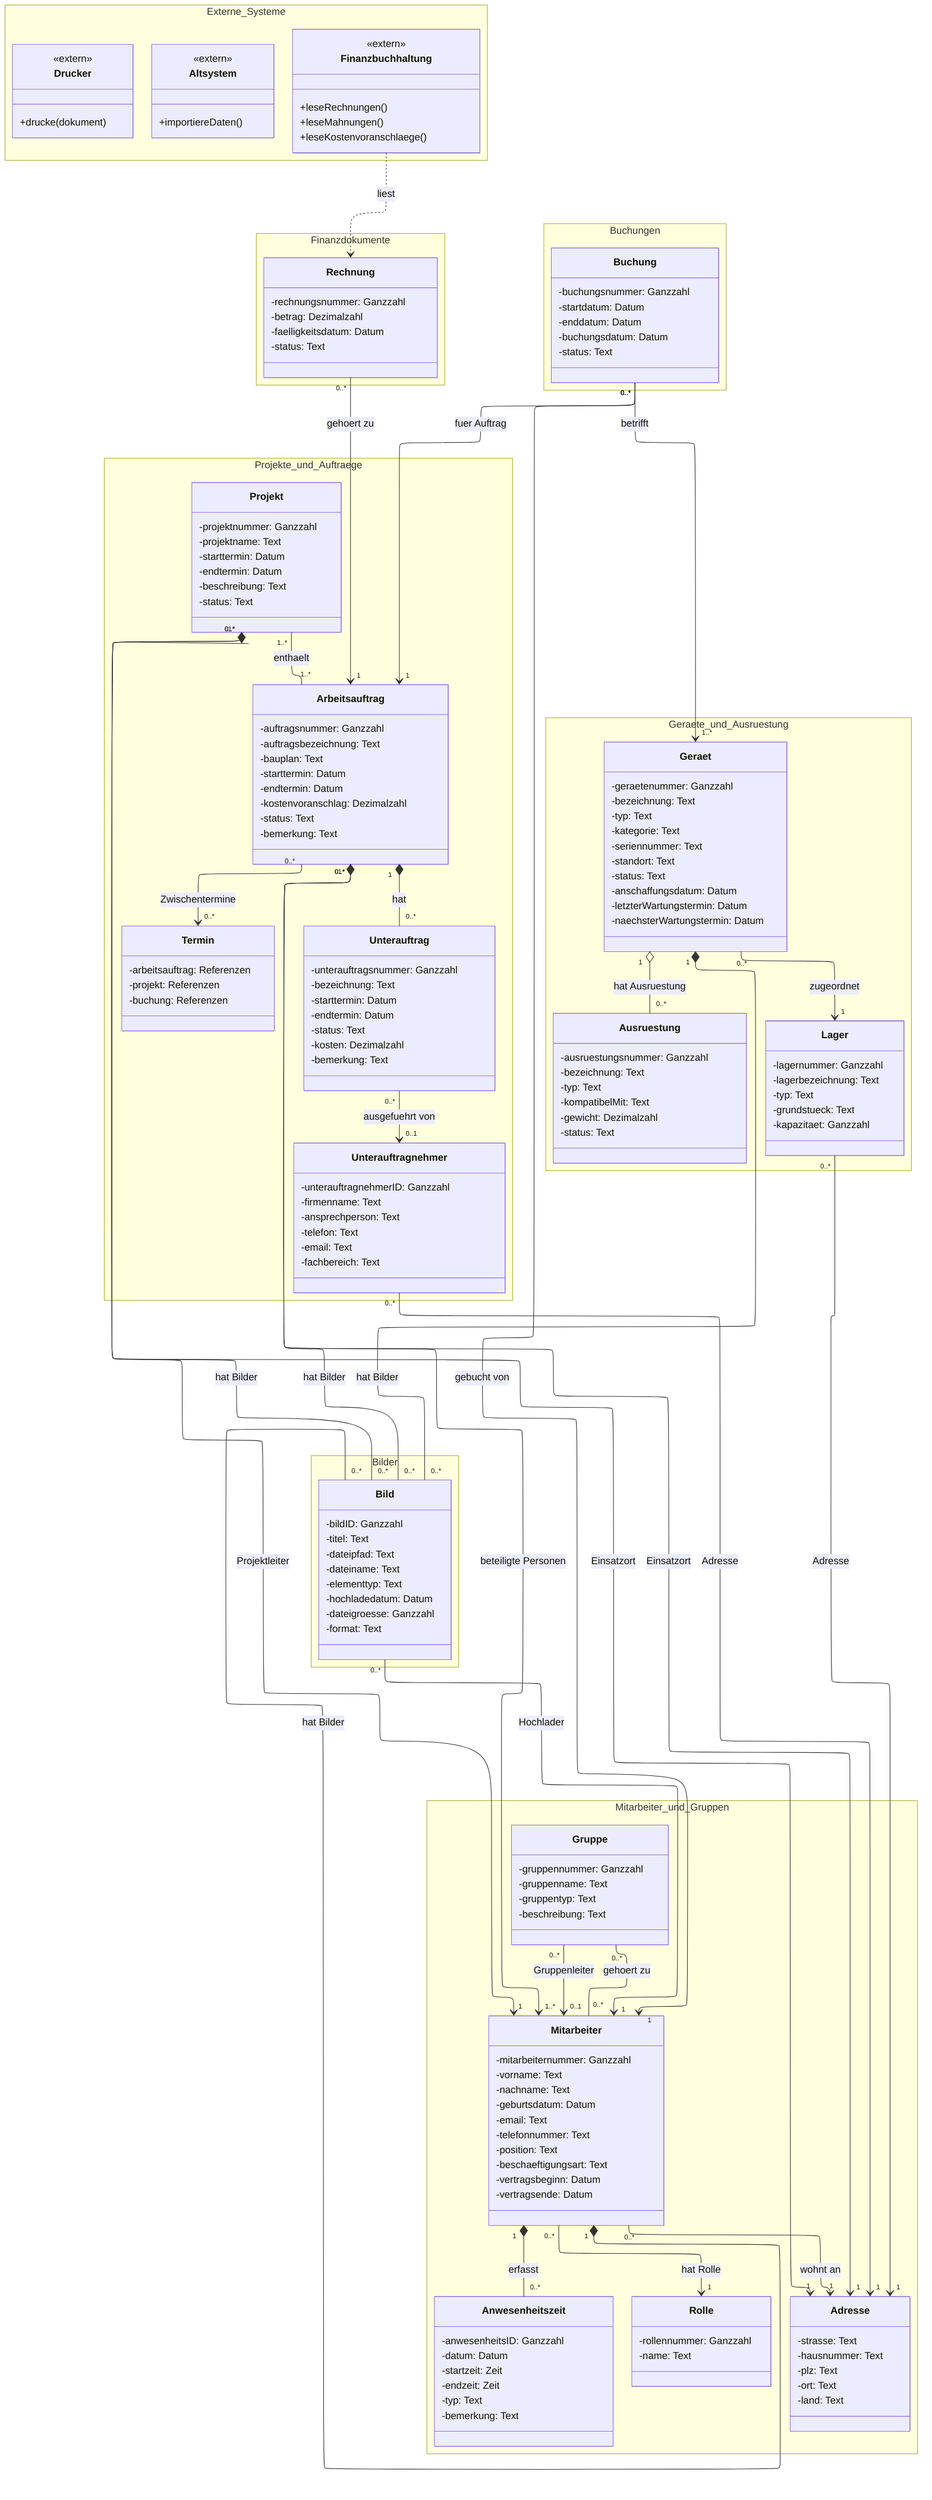
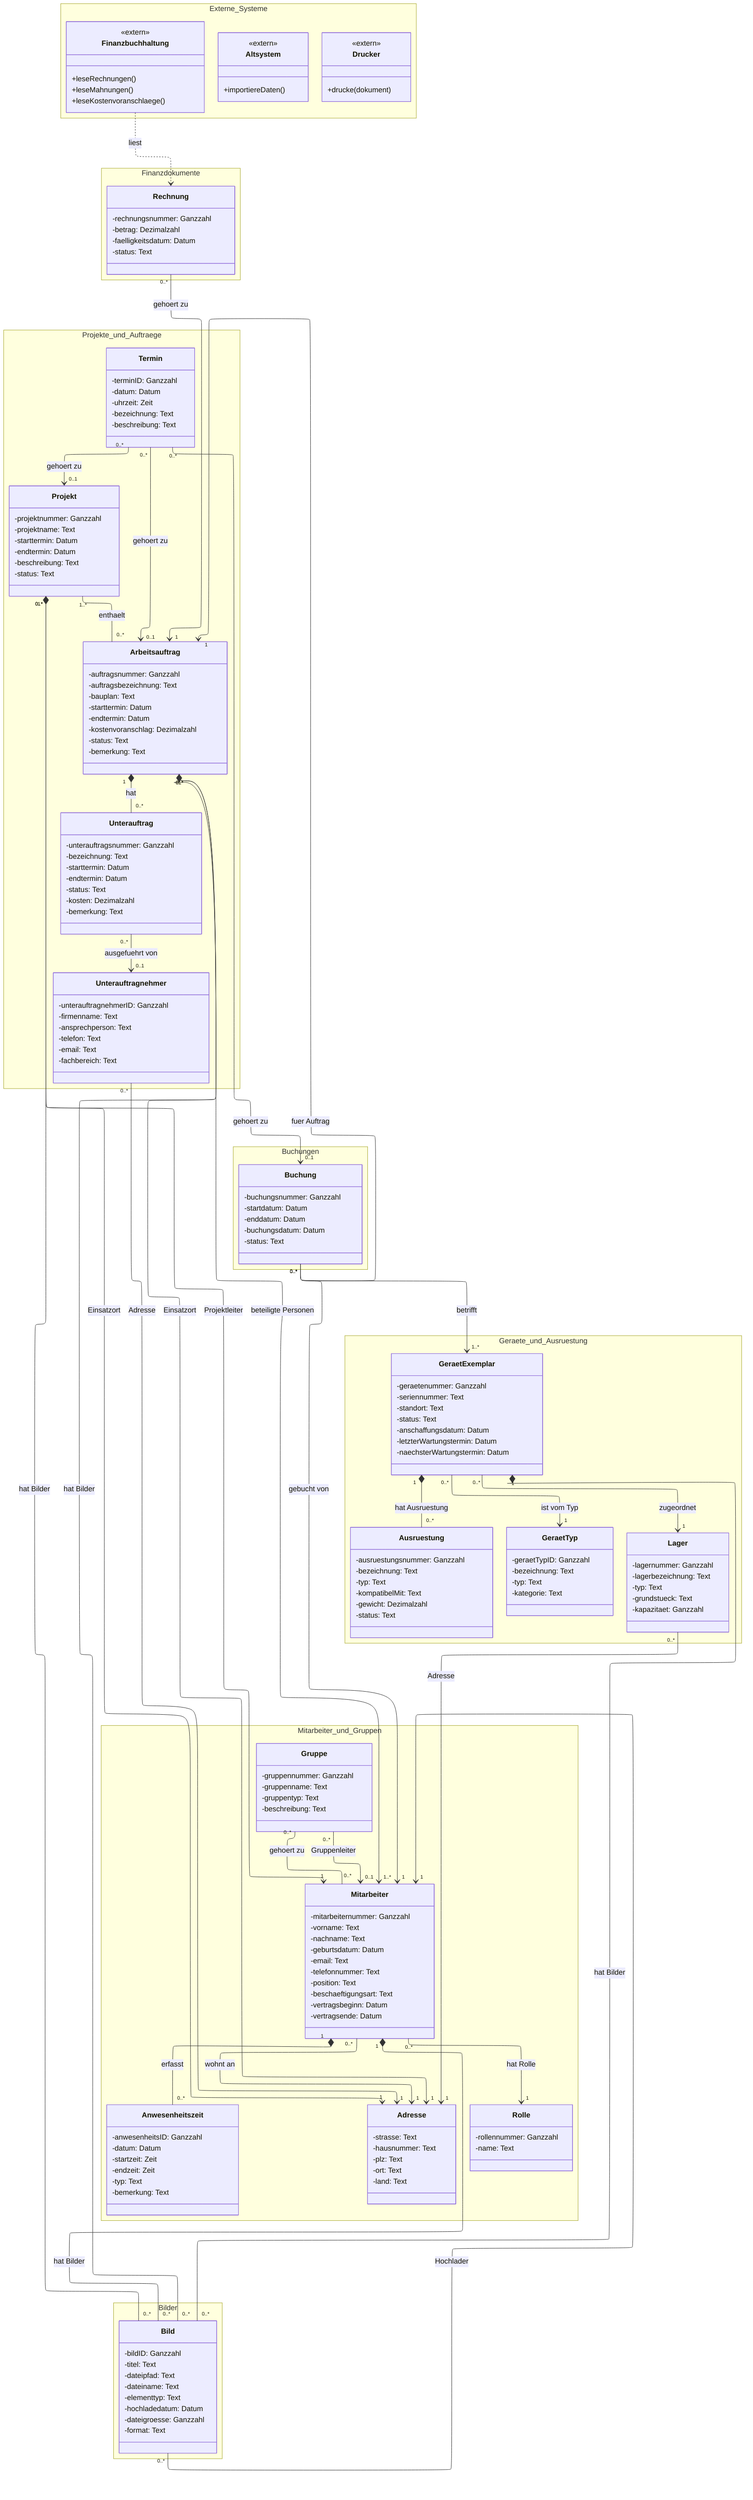
---
config:
  layout: elk
  elk:
    mergeEdges: true
    nodePlacementStrategy: LINEAR_SEGMENTS
  look: classic
---
classDiagram
    direction TB

    %% ============================================================
    %% MITARBEITER & GRUPPEN
    %% ============================================================

    namespace Mitarbeiter_und_Gruppen {
        class Mitarbeiter {
            -mitarbeiternummer: Ganzzahl
            -vorname: Text
            -nachname: Text
            -geburtsdatum: Datum
            -email: Text
            -telefonnummer: Text
            -position: Text
            -beschaeftigungsart: Text
            -vertragsbeginn: Datum
            -vertragsende: Datum
        }

        class Adresse {
            -strasse: Text
            -hausnummer: Text
            -plz: Text
            -ort: Text
            -land: Text
        }

        class Rolle {
            -rollennummer: Ganzzahl
            -name: Text
        }

        class Gruppe {
            -gruppennummer: Ganzzahl
            -gruppenname: Text
            -gruppentyp: Text
            -beschreibung: Text
        }

        class Anwesenheitszeit {
            -anwesenheitsID: Ganzzahl
            -datum: Datum
            -startzeit: Zeit
            -endzeit: Zeit
            -typ: Text
            -bemerkung: Text
        }
    }

    Mitarbeiter "0..*" --> "1" Adresse : wohnt an
    Mitarbeiter "0..*" --> "1" Rolle : hat Rolle
    Mitarbeiter "0..*" -- "0..*" Gruppe : gehoert zu
    Gruppe "0..*" --> "0..1" Mitarbeiter : Gruppenleiter
    Mitarbeiter "1" *-- "0..*" Anwesenheitszeit : erfasst

    %% ============================================================
    %% PROJEKTE & AUFTRAEGE
    %% ============================================================

    namespace Projekte_und_Auftraege {
        class Projekt {
            -projektnummer: Ganzzahl
            -projektname: Text
            -starttermin: Datum
            -endtermin: Datum
            -beschreibung: Text
            -status: Text
        }

        class Arbeitsauftrag {
            -auftragsnummer: Ganzzahl
            -auftragsbezeichnung: Text
            -bauplan: Text
            -starttermin: Datum
            -endtermin: Datum
            -kostenvoranschlag: Dezimalzahl
            -status: Text
            -bemerkung: Text
        }

        class Unterauftrag {
            -unterauftragsnummer: Ganzzahl
            -bezeichnung: Text
            -starttermin: Datum
            -endtermin: Datum
            -status: Text
            -kosten: Dezimalzahl
            -bemerkung: Text
        }

        class Unterauftragnehmer {
            -unterauftragnehmerID: Ganzzahl
            -firmenname: Text
            -ansprechperson: Text
            -telefon: Text
            -email: Text
            -fachbereich: Text
        }

        class Termin {
-             -arbeitsauftrag: Referenzen
-             -projekt: Referenzen
-             -buchung: Referenzen
+             -terminID: Ganzzahl
+             -datum: Datum
+             -uhrzeit: Zeit
+             -bezeichnung: Text
+             -beschreibung: Text
        }
    }

    Projekt "0..*" --> "1" Mitarbeiter : Projektleiter
    Projekt "0..*" --> "1" Adresse : Einsatzort
-     Projekt "1..*" -- "1..*" Arbeitsauftrag : enthaelt
+     Projekt "1..*" -- "0..*" Arbeitsauftrag : enthaelt
    Arbeitsauftrag "0..*" --> "1..*" Mitarbeiter : beteiligte Personen
    Arbeitsauftrag "0..*" --> "1" Adresse : Einsatzort
    Arbeitsauftrag "1" *-- "0..*" Unterauftrag : hat
-     Arbeitsauftrag "0..*" --> "0..*" Termin : Zwischentermine
+     Termin "0..*" --> "0..1" Arbeitsauftrag : gehoert zu
+     Termin "0..*" --> "0..1" Projekt : gehoert zu
+     Termin "0..*" --> "0..1" Buchung : gehoert zu
    Unterauftrag "0..*" --> "0..1" Unterauftragnehmer : ausgefuehrt von
    Unterauftragnehmer "0..*" --> "1" Adresse : Adresse

    %% ============================================================
    %% FINANZDOKUMENTE (extern, nur lesend)
    %% ============================================================

    namespace Finanzdokumente {
        class Rechnung {
            -rechnungsnummer: Ganzzahl
            -betrag: Dezimalzahl
            -faelligkeitsdatum: Datum
            -status: Text
        }
    }

    Rechnung "0..*" --> "1" Arbeitsauftrag : gehoert zu

    %% ============================================================
-     %% GERAETE & AUSRUESTUNG
+     %% GERAETE & AUSRUESTUNG (Exemplartyp-Muster)
    %% ============================================================

    namespace Geraete_und_Ausruestung {
-         class Geraet {
+         class GeraetTyp {
+             -geraetTypID: Ganzzahl
+             -bezeichnung: Text
+             -typ: Text
+             -kategorie: Text
+         }
+ 
+         class GeraetExemplar {
            -geraetenummer: Ganzzahl
-             -bezeichnung: Text
-             -typ: Text
-             -kategorie: Text
            -seriennummer: Text
            -standort: Text
            -status: Text
            -anschaffungsdatum: Datum
            -letzterWartungstermin: Datum
            -naechsterWartungstermin: Datum
        }

        class Ausruestung {
            -ausruestungsnummer: Ganzzahl
            -bezeichnung: Text
            -typ: Text
            -kompatibelMit: Text
            -gewicht: Dezimalzahl
            -status: Text
        }

        class Lager {
            -lagernummer: Ganzzahl
            -lagerbezeichnung: Text
            -typ: Text
            -grundstueck: Text
            -kapazitaet: Ganzzahl
        }
    }

-     Geraet "1" o-- "0..*" Ausruestung : hat Ausruestung
-     Geraet "0..*" --> "1" Lager : zugeordnet
+     GeraetExemplar "0..*" --> "1" GeraetTyp : ist vom Typ
+     GeraetExemplar "1" *-- "0..*" Ausruestung : hat Ausruestung
+     GeraetExemplar "0..*" --> "1" Lager : zugeordnet
    Lager "0..*" --> "1" Adresse : Adresse

    %% ============================================================
    %% BUCHUNGEN
    %% ============================================================

    namespace Buchungen {
        class Buchung {
            -buchungsnummer: Ganzzahl
            -startdatum: Datum
            -enddatum: Datum
            -buchungsdatum: Datum
            -status: Text
        }
    }

-     Buchung "0..*" --> "1..*" Geraet : betrifft
+     Buchung "0..*" --> "1..*" GeraetExemplar : betrifft
    Buchung "0..*" --> "1" Arbeitsauftrag : fuer Auftrag
    Buchung "0..*" --> "1" Mitarbeiter : gebucht von

    %% ============================================================
    %% BILDER
    %% ============================================================

    namespace Bilder {
        class Bild {
            -bildID: Ganzzahl
            -titel: Text
            -dateipfad: Text
            -dateiname: Text
            -elementtyp: Text
            -hochladedatum: Datum
            -dateigroesse: Ganzzahl
            -format: Text
        }
    }

    Bild "0..*" --> "1" Mitarbeiter : Hochlader
    Mitarbeiter "1" *-- "0..*" Bild : hat Bilder
    Arbeitsauftrag "1" *-- "0..*" Bild : hat Bilder
    Projekt "1" *-- "0..*" Bild : hat Bilder
-     Geraet "1" *-- "0..*" Bild : hat Bilder
+     GeraetExemplar "1" *-- "0..*" Bild : hat Bilder

    %% ============================================================
    %% EXTERNE SYSTEME
    %% ============================================================

    namespace Externe_Systeme {
        class Finanzbuchhaltung {
            <<extern>>
            +leseRechnungen()
            +leseMahnungen()
            +leseKostenvoranschlaege()
        }

        class Altsystem {
            <<extern>>
            +importiereDaten()
        }

        class Drucker {
            <<extern>>
            +drucke(dokument)
        }
    }

    Finanzbuchhaltung ..> Rechnung : liest
